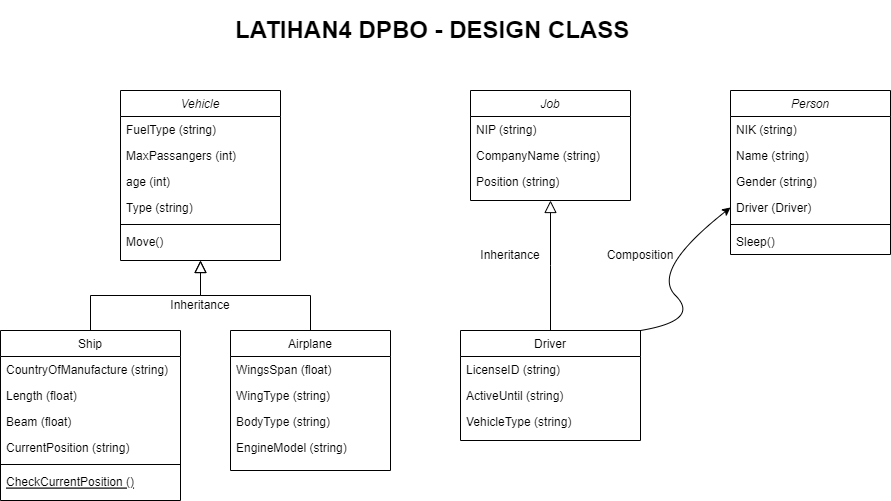
Above: UML_TP4.png in driskimaulana/LATIHAN4DPBO2022 (draw.io), before the change. Source tidied: cells renumbered, new cells last; positions are measured from the earlier drawing's top-left corner, leaving out a move shared by most shapes.
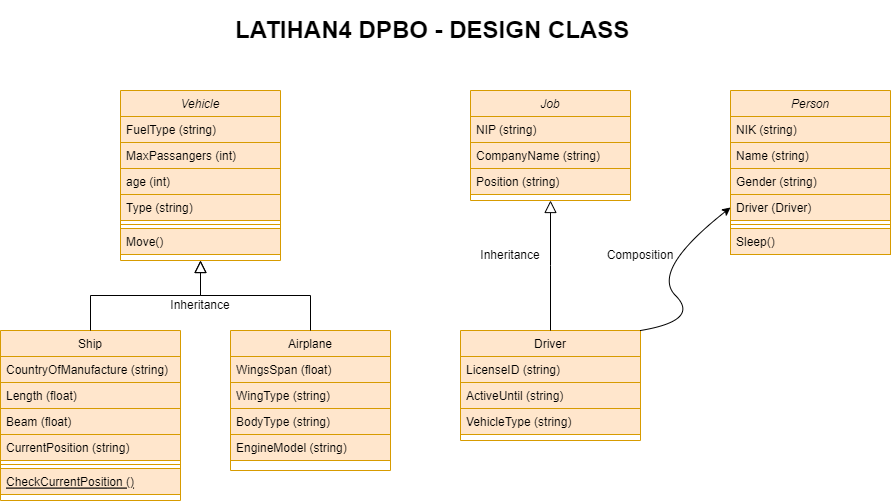
The same diagram one commit later.

The edit, as a diff of the source:
```diff
@@ -2,115 +2,115 @@
   <root>
     <mxCell id="0" />
     <mxCell id="1" parent="0" />
-    <mxCell id="2" value="Vehicle" style="swimlane;fontStyle=2;align=center;verticalAlign=top;horizontal=1;startSize=26;rounded=0;shadow=0;strokeWidth=1;" parent="1" vertex="1">
+    <mxCell id="2" value="Vehicle" style="swimlane;fontStyle=2;align=center;verticalAlign=top;horizontal=1;startSize=26;rounded=0;shadow=0;strokeWidth=1;fillColor=#ffe6cc;strokeColor=#d79b00;" parent="1" vertex="1">
       <mxGeometry x="120" y="80" width="160" height="170" as="geometry" />
     </mxCell>
-    <mxCell id="3" value="FuelType (string)" style="text;align=left;verticalAlign=top;spacingLeft=4;spacingRight=4;overflow=hidden;" parent="2" vertex="1">
+    <mxCell id="3" value="FuelType (string)" style="text;align=left;verticalAlign=top;spacingLeft=4;spacingRight=4;overflow=hidden;fillColor=#ffe6cc;strokeColor=#d79b00;" parent="2" vertex="1">
       <mxGeometry y="26" width="160" height="26" as="geometry" />
     </mxCell>
-    <mxCell id="4" value="MaxPassangers (int)" style="text;align=left;verticalAlign=top;spacingLeft=4;spacingRight=4;overflow=hidden;rounded=0;shadow=0;html=0;" parent="2" vertex="1">
+    <mxCell id="4" value="MaxPassangers (int)" style="text;align=left;verticalAlign=top;spacingLeft=4;spacingRight=4;overflow=hidden;rounded=0;shadow=0;html=0;fillColor=#ffe6cc;strokeColor=#d79b00;" parent="2" vertex="1">
       <mxGeometry y="52" width="160" height="26" as="geometry" />
     </mxCell>
-    <mxCell id="5" value="age (int)" style="text;align=left;verticalAlign=top;spacingLeft=4;spacingRight=4;overflow=hidden;rounded=0;shadow=0;html=0;" parent="2" vertex="1">
+    <mxCell id="5" value="age (int)" style="text;align=left;verticalAlign=top;spacingLeft=4;spacingRight=4;overflow=hidden;rounded=0;shadow=0;html=0;fillColor=#ffe6cc;strokeColor=#d79b00;" parent="2" vertex="1">
       <mxGeometry y="78" width="160" height="26" as="geometry" />
     </mxCell>
-    <mxCell id="6" value="Type (string)" style="text;align=left;verticalAlign=top;spacingLeft=4;spacingRight=4;overflow=hidden;rounded=0;shadow=0;html=0;" parent="2" vertex="1">
+    <mxCell id="6" value="Type (string)" style="text;align=left;verticalAlign=top;spacingLeft=4;spacingRight=4;overflow=hidden;rounded=0;shadow=0;html=0;fillColor=#ffe6cc;strokeColor=#d79b00;" parent="2" vertex="1">
       <mxGeometry y="104" width="160" height="26" as="geometry" />
     </mxCell>
-    <mxCell id="7" style="line;html=1;strokeWidth=1;align=left;verticalAlign=middle;spacingTop=-1;spacingLeft=3;spacingRight=3;labelPosition=right;" parent="2" vertex="1">
+    <mxCell id="7" style="line;html=1;strokeWidth=1;align=left;verticalAlign=middle;spacingTop=-1;spacingLeft=3;spacingRight=3;labelPosition=right;fillColor=#ffe6cc;strokeColor=#d79b00;" parent="2" vertex="1">
       <mxGeometry y="130" width="160" height="8" as="geometry" />
     </mxCell>
-    <mxCell id="8" value="Move()" style="text;align=left;verticalAlign=top;spacingLeft=4;spacingRight=4;overflow=hidden;" parent="2" vertex="1">
+    <mxCell id="8" value="Move()" style="text;align=left;verticalAlign=top;spacingLeft=4;spacingRight=4;overflow=hidden;fillColor=#ffe6cc;strokeColor=#d79b00;" parent="2" vertex="1">
       <mxGeometry y="138" width="160" height="26" as="geometry" />
     </mxCell>
-    <mxCell id="9" value="Ship" style="swimlane;fontStyle=0;align=center;verticalAlign=top;horizontal=1;startSize=26;rounded=0;shadow=0;strokeWidth=1;" parent="1" vertex="1">
+    <mxCell id="9" value="Ship" style="swimlane;fontStyle=0;align=center;verticalAlign=top;horizontal=1;startSize=26;rounded=0;shadow=0;strokeWidth=1;fillColor=#ffe6cc;strokeColor=#d79b00;" parent="1" vertex="1">
       <mxGeometry y="320" width="180" height="170" as="geometry" />
     </mxCell>
-    <mxCell id="10" value="CountryOfManufacture (string)" style="text;align=left;verticalAlign=top;spacingLeft=4;spacingRight=4;overflow=hidden;" parent="9" vertex="1">
+    <mxCell id="10" value="CountryOfManufacture (string)" style="text;align=left;verticalAlign=top;spacingLeft=4;spacingRight=4;overflow=hidden;fillColor=#ffe6cc;strokeColor=#d79b00;" parent="9" vertex="1">
       <mxGeometry y="26" width="180" height="26" as="geometry" />
     </mxCell>
-    <mxCell id="11" value="Length (float)" style="text;align=left;verticalAlign=top;spacingLeft=4;spacingRight=4;overflow=hidden;rounded=0;shadow=0;html=0;" parent="9" vertex="1">
+    <mxCell id="11" value="Length (float)" style="text;align=left;verticalAlign=top;spacingLeft=4;spacingRight=4;overflow=hidden;rounded=0;shadow=0;html=0;fillColor=#ffe6cc;strokeColor=#d79b00;" parent="9" vertex="1">
       <mxGeometry y="52" width="180" height="26" as="geometry" />
     </mxCell>
-    <mxCell id="12" value="Beam (float)" style="text;align=left;verticalAlign=top;spacingLeft=4;spacingRight=4;overflow=hidden;rounded=0;shadow=0;html=0;" parent="9" vertex="1">
+    <mxCell id="12" value="Beam (float)" style="text;align=left;verticalAlign=top;spacingLeft=4;spacingRight=4;overflow=hidden;rounded=0;shadow=0;html=0;fillColor=#ffe6cc;strokeColor=#d79b00;" parent="9" vertex="1">
       <mxGeometry y="78" width="180" height="26" as="geometry" />
     </mxCell>
-    <mxCell id="13" value="CurrentPosition (string)" style="text;align=left;verticalAlign=top;spacingLeft=4;spacingRight=4;overflow=hidden;rounded=0;shadow=0;html=0;" parent="9" vertex="1">
+    <mxCell id="13" value="CurrentPosition (string)" style="text;align=left;verticalAlign=top;spacingLeft=4;spacingRight=4;overflow=hidden;rounded=0;shadow=0;html=0;fillColor=#ffe6cc;strokeColor=#d79b00;" parent="9" vertex="1">
       <mxGeometry y="104" width="180" height="26" as="geometry" />
     </mxCell>
-    <mxCell id="14" style="line;html=1;strokeWidth=1;align=left;verticalAlign=middle;spacingTop=-1;spacingLeft=3;spacingRight=3;labelPosition=right;" parent="9" vertex="1">
+    <mxCell id="14" style="line;html=1;strokeWidth=1;align=left;verticalAlign=middle;spacingTop=-1;spacingLeft=3;spacingRight=3;labelPosition=right;fillColor=#ffe6cc;strokeColor=#d79b00;" parent="9" vertex="1">
       <mxGeometry y="130" width="180" height="8" as="geometry" />
     </mxCell>
-    <mxCell id="15" value="CheckCurrentPosition ()" style="text;align=left;verticalAlign=top;spacingLeft=4;spacingRight=4;overflow=hidden;fontStyle=4;" parent="9" vertex="1">
+    <mxCell id="15" value="CheckCurrentPosition ()" style="text;align=left;verticalAlign=top;spacingLeft=4;spacingRight=4;overflow=hidden;fontStyle=4;fillColor=#ffe6cc;strokeColor=#d79b00;" parent="9" vertex="1">
       <mxGeometry y="138" width="180" height="26" as="geometry" />
     </mxCell>
     <mxCell id="16" style="endArrow=block;endSize=10;endFill=0;shadow=0;strokeWidth=1;rounded=0;edgeStyle=elbowEdgeStyle;elbow=vertical;" parent="1" edge="1" source="9" target="2">
       <mxGeometry relative="1" as="geometry" />
     </mxCell>
-    <mxCell id="17" value="Airplane" style="swimlane;fontStyle=0;align=center;verticalAlign=top;horizontal=1;startSize=26;rounded=0;shadow=0;strokeWidth=1;" parent="1" vertex="1">
+    <mxCell id="17" value="Airplane" style="swimlane;fontStyle=0;align=center;verticalAlign=top;horizontal=1;startSize=26;rounded=0;shadow=0;strokeWidth=1;fillColor=#ffe6cc;strokeColor=#d79b00;" parent="1" vertex="1">
       <mxGeometry x="230" y="320" width="160" height="140" as="geometry" />
     </mxCell>
-    <mxCell id="18" value="WingsSpan (float)" style="text;align=left;verticalAlign=top;spacingLeft=4;spacingRight=4;overflow=hidden;" parent="17" vertex="1">
+    <mxCell id="18" value="WingsSpan (float)" style="text;align=left;verticalAlign=top;spacingLeft=4;spacingRight=4;overflow=hidden;fillColor=#ffe6cc;strokeColor=#d79b00;" parent="17" vertex="1">
       <mxGeometry y="26" width="160" height="26" as="geometry" />
     </mxCell>
-    <mxCell id="19" value="WingType (string)" style="text;align=left;verticalAlign=top;spacingLeft=4;spacingRight=4;overflow=hidden;" parent="17" vertex="1">
+    <mxCell id="19" value="WingType (string)" style="text;align=left;verticalAlign=top;spacingLeft=4;spacingRight=4;overflow=hidden;fillColor=#ffe6cc;strokeColor=#d79b00;" parent="17" vertex="1">
       <mxGeometry y="52" width="160" height="26" as="geometry" />
     </mxCell>
-    <mxCell id="20" value="BodyType (string)" style="text;align=left;verticalAlign=top;spacingLeft=4;spacingRight=4;overflow=hidden;" parent="17" vertex="1">
+    <mxCell id="20" value="BodyType (string)" style="text;align=left;verticalAlign=top;spacingLeft=4;spacingRight=4;overflow=hidden;fillColor=#ffe6cc;strokeColor=#d79b00;" parent="17" vertex="1">
       <mxGeometry y="78" width="160" height="26" as="geometry" />
     </mxCell>
-    <mxCell id="21" value="EngineModel (string)" style="text;align=left;verticalAlign=top;spacingLeft=4;spacingRight=4;overflow=hidden;" parent="17" vertex="1">
+    <mxCell id="21" value="EngineModel (string)" style="text;align=left;verticalAlign=top;spacingLeft=4;spacingRight=4;overflow=hidden;fillColor=#ffe6cc;strokeColor=#d79b00;" parent="17" vertex="1">
       <mxGeometry y="104" width="160" height="26" as="geometry" />
     </mxCell>
     <mxCell id="22" style="endArrow=block;endSize=10;endFill=0;shadow=0;strokeWidth=1;rounded=0;edgeStyle=elbowEdgeStyle;elbow=vertical;" parent="1" edge="1" source="17" target="2">
       <mxGeometry relative="1" as="geometry" />
     </mxCell>
-    <mxCell id="23" value="Job" style="swimlane;fontStyle=2;align=center;verticalAlign=top;horizontal=1;startSize=26;rounded=0;shadow=0;strokeWidth=1;" parent="1" vertex="1">
+    <mxCell id="23" value="Job" style="swimlane;fontStyle=2;align=center;verticalAlign=top;horizontal=1;startSize=26;rounded=0;shadow=0;strokeWidth=1;fillColor=#ffe6cc;strokeColor=#d79b00;" parent="1" vertex="1">
       <mxGeometry x="470" y="80" width="160" height="110" as="geometry" />
     </mxCell>
-    <mxCell id="24" value="NIP (string)" style="text;align=left;verticalAlign=top;spacingLeft=4;spacingRight=4;overflow=hidden;" parent="23" vertex="1">
+    <mxCell id="24" value="NIP (string)" style="text;align=left;verticalAlign=top;spacingLeft=4;spacingRight=4;overflow=hidden;fillColor=#ffe6cc;strokeColor=#d79b00;" parent="23" vertex="1">
       <mxGeometry y="26" width="160" height="26" as="geometry" />
     </mxCell>
-    <mxCell id="25" value="CompanyName (string)" style="text;align=left;verticalAlign=top;spacingLeft=4;spacingRight=4;overflow=hidden;rounded=0;shadow=0;html=0;" parent="23" vertex="1">
+    <mxCell id="25" value="CompanyName (string)" style="text;align=left;verticalAlign=top;spacingLeft=4;spacingRight=4;overflow=hidden;rounded=0;shadow=0;html=0;fillColor=#ffe6cc;strokeColor=#d79b00;" parent="23" vertex="1">
       <mxGeometry y="52" width="160" height="26" as="geometry" />
     </mxCell>
-    <mxCell id="26" value="Position (string)" style="text;align=left;verticalAlign=top;spacingLeft=4;spacingRight=4;overflow=hidden;rounded=0;shadow=0;html=0;" parent="23" vertex="1">
+    <mxCell id="26" value="Position (string)" style="text;align=left;verticalAlign=top;spacingLeft=4;spacingRight=4;overflow=hidden;rounded=0;shadow=0;html=0;fillColor=#ffe6cc;strokeColor=#d79b00;" parent="23" vertex="1">
       <mxGeometry y="78" width="160" height="26" as="geometry" />
     </mxCell>
-    <mxCell id="27" value="Driver" style="swimlane;fontStyle=0;align=center;verticalAlign=top;horizontal=1;startSize=26;rounded=0;shadow=0;strokeWidth=1;" parent="1" vertex="1">
+    <mxCell id="27" value="Driver" style="swimlane;fontStyle=0;align=center;verticalAlign=top;horizontal=1;startSize=26;rounded=0;shadow=0;strokeWidth=1;fillColor=#ffe6cc;strokeColor=#d79b00;" parent="1" vertex="1">
       <mxGeometry x="460" y="320" width="180" height="110" as="geometry" />
     </mxCell>
-    <mxCell id="28" value="LicenseID (string)" style="text;align=left;verticalAlign=top;spacingLeft=4;spacingRight=4;overflow=hidden;" parent="27" vertex="1">
+    <mxCell id="28" value="LicenseID (string)" style="text;align=left;verticalAlign=top;spacingLeft=4;spacingRight=4;overflow=hidden;fillColor=#ffe6cc;strokeColor=#d79b00;" parent="27" vertex="1">
       <mxGeometry y="26" width="180" height="26" as="geometry" />
     </mxCell>
-    <mxCell id="29" value="ActiveUntil (string)" style="text;align=left;verticalAlign=top;spacingLeft=4;spacingRight=4;overflow=hidden;rounded=0;shadow=0;html=0;" parent="27" vertex="1">
+    <mxCell id="29" value="ActiveUntil (string)" style="text;align=left;verticalAlign=top;spacingLeft=4;spacingRight=4;overflow=hidden;rounded=0;shadow=0;html=0;fillColor=#ffe6cc;strokeColor=#d79b00;" parent="27" vertex="1">
       <mxGeometry y="52" width="180" height="26" as="geometry" />
     </mxCell>
-    <mxCell id="30" value="VehicleType (string)" style="text;align=left;verticalAlign=top;spacingLeft=4;spacingRight=4;overflow=hidden;rounded=0;shadow=0;html=0;" parent="27" vertex="1">
+    <mxCell id="30" value="VehicleType (string)" style="text;align=left;verticalAlign=top;spacingLeft=4;spacingRight=4;overflow=hidden;rounded=0;shadow=0;html=0;fillColor=#ffe6cc;strokeColor=#d79b00;" parent="27" vertex="1">
       <mxGeometry y="78" width="180" height="26" as="geometry" />
     </mxCell>
     <mxCell id="31" style="endArrow=block;endSize=10;endFill=0;shadow=0;strokeWidth=1;rounded=0;edgeStyle=elbowEdgeStyle;elbow=vertical;exitX=0.5;exitY=0;exitDx=0;exitDy=0;entryX=0.5;entryY=1;entryDx=0;entryDy=0;" parent="1" edge="1" source="27" target="23">
       <mxGeometry relative="1" as="geometry" />
     </mxCell>
-    <mxCell id="32" value="Person" style="swimlane;fontStyle=2;align=center;verticalAlign=top;horizontal=1;startSize=26;rounded=0;shadow=0;strokeWidth=1;" parent="1" vertex="1">
+    <mxCell id="32" value="Person" style="swimlane;fontStyle=2;align=center;verticalAlign=top;horizontal=1;startSize=26;rounded=0;shadow=0;strokeWidth=1;fillColor=#ffe6cc;strokeColor=#d79b00;" parent="1" vertex="1">
       <mxGeometry x="730" y="80" width="160" height="164" as="geometry" />
     </mxCell>
-    <mxCell id="33" value="NIK (string)" style="text;align=left;verticalAlign=top;spacingLeft=4;spacingRight=4;overflow=hidden;" parent="32" vertex="1">
+    <mxCell id="33" value="NIK (string)" style="text;align=left;verticalAlign=top;spacingLeft=4;spacingRight=4;overflow=hidden;fillColor=#ffe6cc;strokeColor=#d79b00;" parent="32" vertex="1">
       <mxGeometry y="26" width="160" height="26" as="geometry" />
     </mxCell>
-    <mxCell id="34" value="Name (string)" style="text;align=left;verticalAlign=top;spacingLeft=4;spacingRight=4;overflow=hidden;rounded=0;shadow=0;html=0;" parent="32" vertex="1">
+    <mxCell id="34" value="Name (string)" style="text;align=left;verticalAlign=top;spacingLeft=4;spacingRight=4;overflow=hidden;rounded=0;shadow=0;html=0;fillColor=#ffe6cc;strokeColor=#d79b00;" parent="32" vertex="1">
       <mxGeometry y="52" width="160" height="26" as="geometry" />
     </mxCell>
-    <mxCell id="35" value="Gender (string)" style="text;align=left;verticalAlign=top;spacingLeft=4;spacingRight=4;overflow=hidden;rounded=0;shadow=0;html=0;" parent="32" vertex="1">
+    <mxCell id="35" value="Gender (string)" style="text;align=left;verticalAlign=top;spacingLeft=4;spacingRight=4;overflow=hidden;rounded=0;shadow=0;html=0;fillColor=#ffe6cc;strokeColor=#d79b00;" parent="32" vertex="1">
       <mxGeometry y="78" width="160" height="26" as="geometry" />
     </mxCell>
-    <mxCell id="36" value="Driver (Driver)" style="text;align=left;verticalAlign=top;spacingLeft=4;spacingRight=4;overflow=hidden;points=[[0,0.5],[1,0.5]];portConstraint=eastwest;rounded=0;shadow=0;html=0;" parent="32" vertex="1">
+    <mxCell id="36" value="Driver (Driver)" style="text;align=left;verticalAlign=top;spacingLeft=4;spacingRight=4;overflow=hidden;points=[[0,0.5],[1,0.5]];portConstraint=eastwest;rounded=0;shadow=0;html=0;fillColor=#ffe6cc;strokeColor=#d79b00;" parent="32" vertex="1">
       <mxGeometry y="104" width="160" height="26" as="geometry" />
     </mxCell>
-    <mxCell id="37" style="line;html=1;strokeWidth=1;align=left;verticalAlign=middle;spacingTop=-1;spacingLeft=3;spacingRight=3;labelPosition=right;" parent="32" vertex="1">
+    <mxCell id="37" style="line;html=1;strokeWidth=1;align=left;verticalAlign=middle;spacingTop=-1;spacingLeft=3;spacingRight=3;labelPosition=right;fillColor=#ffe6cc;strokeColor=#d79b00;" parent="32" vertex="1">
       <mxGeometry y="130" width="160" height="8" as="geometry" />
     </mxCell>
-    <mxCell id="38" value="Sleep()" style="text;align=left;verticalAlign=top;spacingLeft=4;spacingRight=4;overflow=hidden;" parent="32" vertex="1">
+    <mxCell id="38" value="Sleep()" style="text;align=left;verticalAlign=top;spacingLeft=4;spacingRight=4;overflow=hidden;fillColor=#ffe6cc;strokeColor=#d79b00;" parent="32" vertex="1">
       <mxGeometry y="138" width="160" height="26" as="geometry" />
     </mxCell>
     <mxCell id="39" value="&lt;h1&gt;&lt;span&gt;LATIHAN4 DPBO - DESIGN CLASS&lt;/span&gt;&lt;br&gt;&lt;/h1&gt;" style="text;html=1;strokeColor=none;fillColor=none;spacing=5;spacingTop=-20;whiteSpace=wrap;overflow=hidden;rounded=0;" parent="1" vertex="1">
```
